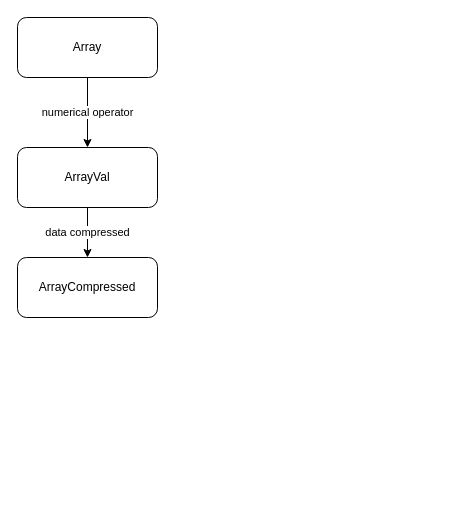
This is ArrayStructure.drawio from hyperpower/Nablla, a draw.io file, before an edit. Source tidied: cells renumbered, new cells numbered last; positions are measured from the earlier drawing's top-left corner, leaving out a move shared by most shapes. Both pictures are drawn from the tidied source at 100%, with x=0, y=0 at pixel (17, 17).
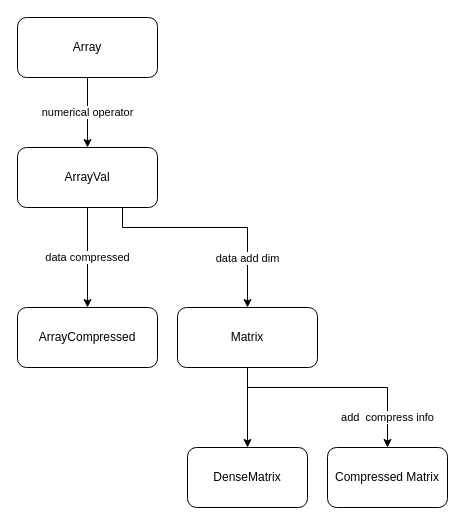
The same diagram, later.

Diff of the diagram source:
```diff
@@
 <mxGraphModel>
   <root>
     <mxCell id="0" />
     <mxCell id="1" parent="0" />
     <mxCell id="2" value="numerical operator" style="edgeStyle=orthogonalEdgeStyle;rounded=0;jettySize=auto;html=1;" parent="1" edge="1" source="3">
       <mxGeometry relative="1" as="geometry">
         <mxPoint x="70" y="130" as="targetPoint" />
       </mxGeometry>
     </mxCell>
     <mxCell id="3" value="Array" style="rounded=1;whiteSpace=wrap;html=1;" parent="1" vertex="1">
       <mxGeometry width="140" height="60" as="geometry" />
     </mxCell>
     <mxCell id="4" value="data compressed" style="edgeStyle=orthogonalEdgeStyle;rounded=0;jettySize=auto;html=1;entryX=0.5;entryY=0;entryDx=0;entryDy=0;" parent="1" edge="1" source="5" target="6">
       <mxGeometry relative="1" as="geometry" />
     </mxCell>
+    <mxCell id="7" value="data add dim" style="edgeStyle=orthogonalEdgeStyle;rounded=0;jettySize=auto;html=1;exitX=0.75;exitY=1;exitDx=0;exitDy=0;entryX=0.5;entryY=0;entryDx=0;entryDy=0;" parent="1" edge="1" source="5" target="10">
+      <mxGeometry x="0.56" relative="1" as="geometry">
+        <Array as="points">
+          <mxPoint x="105" y="210" />
+          <mxPoint x="230" y="210" />
+        </Array>
+      </mxGeometry>
+    </mxCell>
     <mxCell id="5" value="ArrayVal" style="rounded=1;whiteSpace=wrap;html=1;" parent="1" vertex="1">
       <mxGeometry y="130" width="140" height="60" as="geometry" />
     </mxCell>
     <mxCell id="6" value="ArrayCompressed" style="rounded=1;whiteSpace=wrap;html=1;" parent="1" vertex="1">
-      <mxGeometry y="240" width="140" height="60" as="geometry" />
+      <mxGeometry y="290" width="140" height="60" as="geometry" />
     </mxCell>
+    <mxCell id="8" style="edgeStyle=orthogonalEdgeStyle;rounded=0;jettySize=auto;html=1;" parent="1" edge="1" source="10" target="11">
+      <mxGeometry relative="1" as="geometry" />
+    </mxCell>
+    <mxCell id="9" value="add&amp;nbsp; compress info" style="edgeStyle=orthogonalEdgeStyle;rounded=0;jettySize=auto;html=1;exitX=0.5;exitY=1;exitDx=0;exitDy=0;" parent="1" edge="1" source="10" target="12">
+      <mxGeometry x="0.73" relative="1" as="geometry">
+        <Array as="points">
+          <mxPoint x="230" y="370" />
+          <mxPoint x="370" y="370" />
+        </Array>
+      </mxGeometry>
+    </mxCell>
+    <mxCell id="10" value="Matrix" style="rounded=1;whiteSpace=wrap;html=1;" parent="1" vertex="1">
+      <mxGeometry x="160" y="290" width="140" height="60" as="geometry" />
+    </mxCell>
+    <mxCell id="11" value="DenseMatrix" style="whiteSpace=wrap;html=1;rounded=1;" parent="1" vertex="1">
+      <mxGeometry x="170" y="430" width="120" height="60" as="geometry" />
+    </mxCell>
+    <mxCell id="12" value="Compressed Matrix" style="whiteSpace=wrap;html=1;rounded=1;" parent="1" vertex="1">
+      <mxGeometry x="310" y="430" width="120" height="60" as="geometry" />
+    </mxCell>
   </root>
 </mxGraphModel>
```
